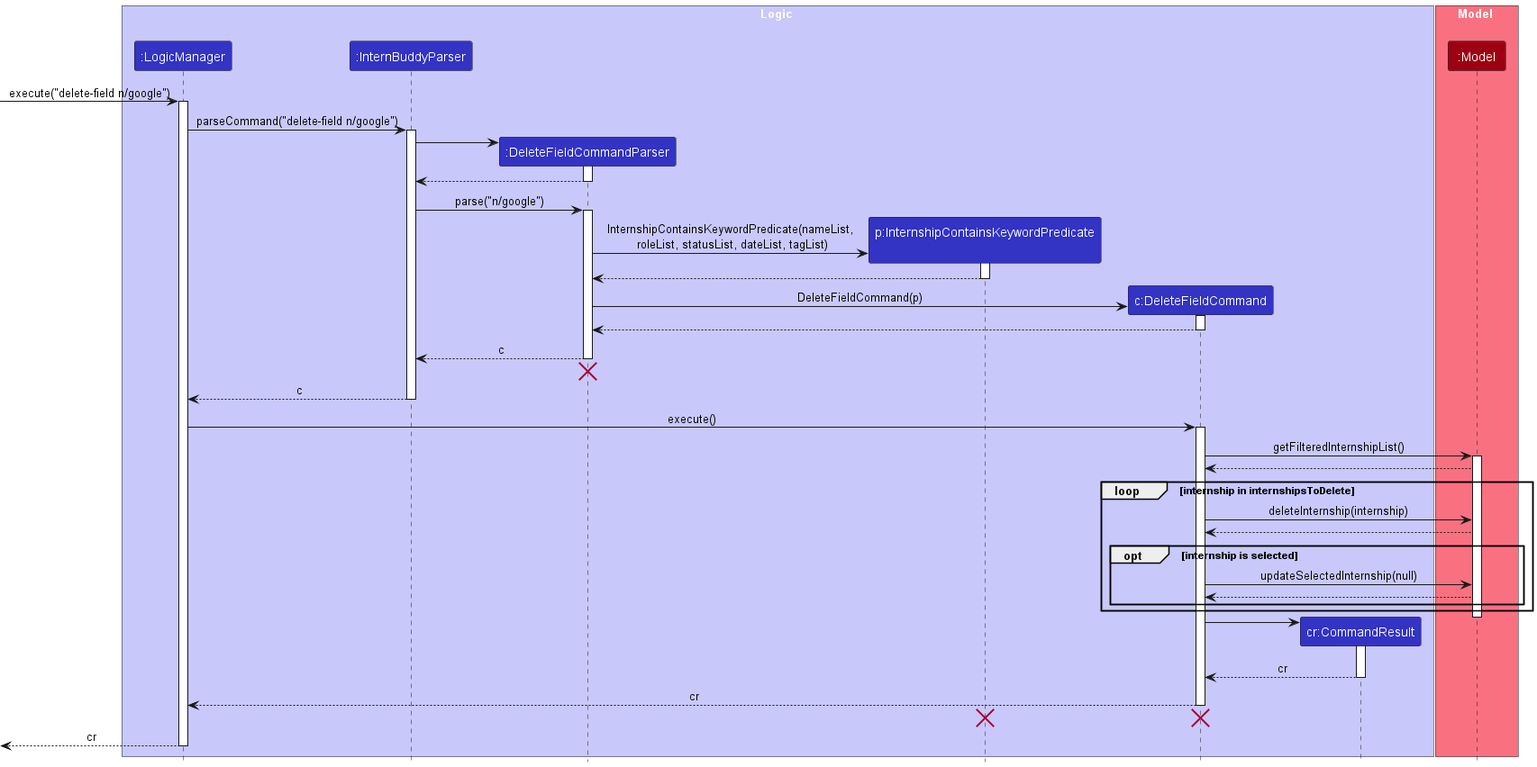
This is docs/images/DeleteFieldSequenceDiagram.png from nus-cs2103-AY2223S2/tp, a PlantUML export, as it was before one commit.
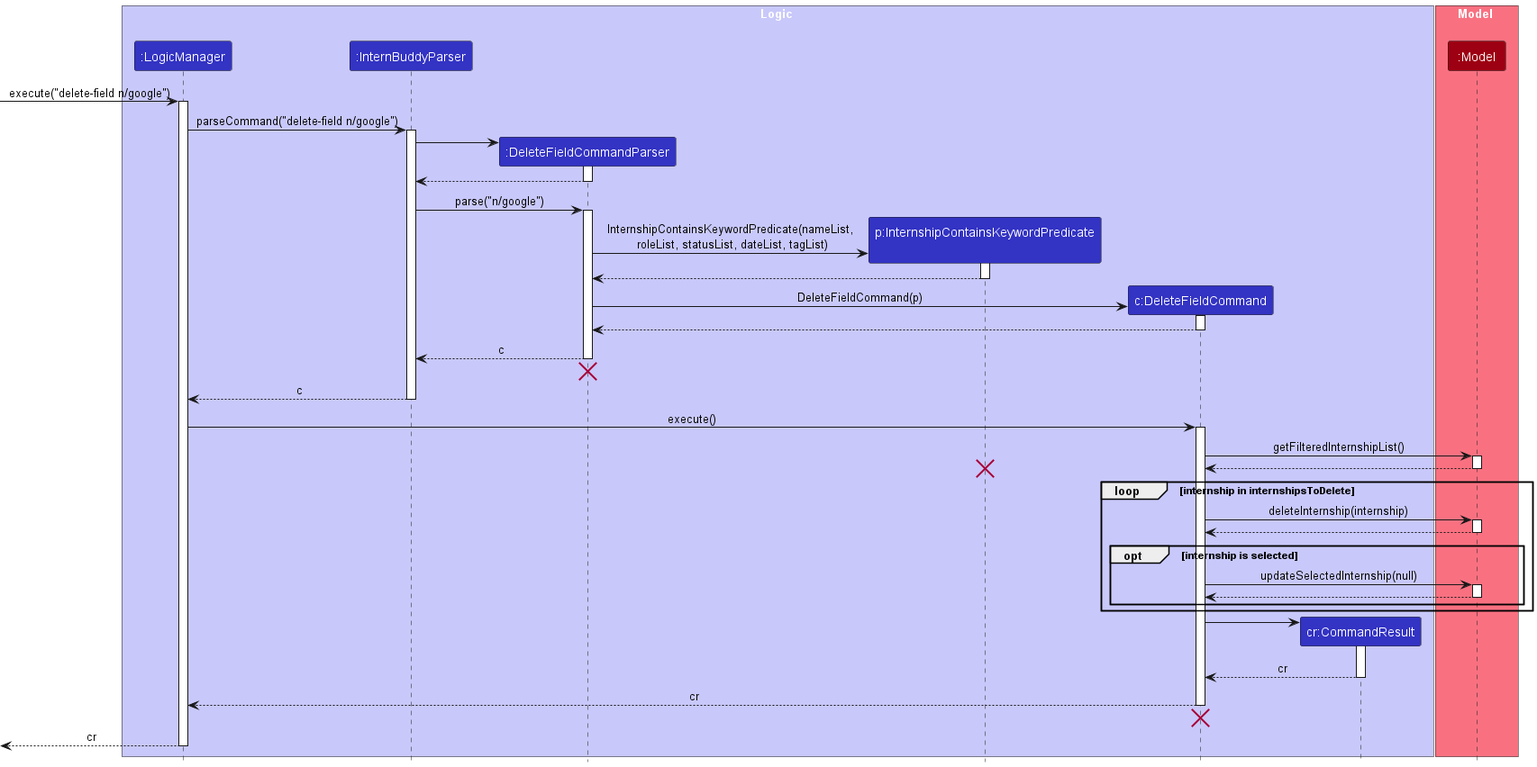
Later version of the same file.

Commit message:
Fix sequence diagram in SG

What changed in the source:
```diff
@@ -59,14 +59,21 @@
 activate Model
 
 Model --> DeleteFieldCommand
+deactivate Model
+
+destroy InternshipContainsKeywordPredicate
 
 loop internship in internshipsToDelete
     DeleteFieldCommand -> Model: deleteInternship(internship)
+    activate Model
     Model --> DeleteFieldCommand
+    deactivate Model
 
 opt internship is selected
     DeleteFieldCommand -> Model: updateSelectedInternship(null)
+    activate Model
     Model --> DeleteFieldCommand
+    deactivate Model
 end
 end
 
@@ -84,7 +91,7 @@
 DeleteFieldCommand -[hidden]-> LogicManager
 destroy DeleteFieldCommand
 
-destroy InternshipContainsKeywordPredicate
+
 
 [<--LogicManager : cr
 deactivate LogicManager
```
